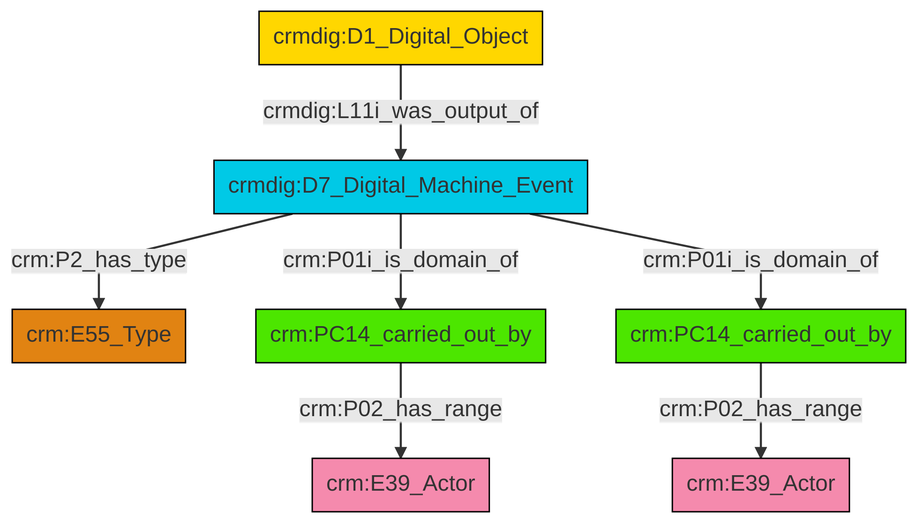
This is et/doCSV/ttl/mmd/png/do_actor_relations.png from swiss-art-research-net/reference-data-models, a Mermaid export, as it was before one commit. Its source is kept beside it as et/doCSV/ttl/mmd/do_actor_relations.ttl.mmd. The source it was exported from:
```mermaid
graph TD
classDef Literal fill:#f2f2f2,stroke:#000000;
classDef CRM_Entity fill:#FFFFFF,stroke:#000000;
classDef Temporal_Entity fill:#00C9E6, stroke:#000000;
classDef Type fill:#E18312, stroke:#000000;
classDef Time-Span fill:#2C9C91, stroke:#000000;
classDef Appellation fill:#FFEB7F, stroke:#000000;
classDef Place fill:#008836, stroke:#000000;
classDef Persistent_Item fill:#B266B2, stroke:#000000;
classDef Conceptual_Object fill:#FFD700, stroke:#000000;
classDef Physical_Thing fill:#D2B48C, stroke:#000000;
classDef Actor fill:#f58aad, stroke:#000000;
classDef PC_Classes fill:#4ce600, stroke:#000000;
classDef Multi fill:#cccccc,stroke:#000000;

7["crmdig:D7_Digital_Machine_Event"]:::Temporal_Entity -->|crm:P01i_is_domain_of| 8["crm:PC14_carried_out_by"]:::PC_Classes
7["crmdig:D7_Digital_Machine_Event"]:::Temporal_Entity -->|crm:P01i_is_domain_of| 9["crm:PC14_carried_out_by"]:::PC_Classes
3["crmdig:D1_Digital_Object"]:::Conceptual_Object -->|crmdig:L11i_was_output_of| 7["crmdig:D7_Digital_Machine_Event"]:::Temporal_Entity
7["crmdig:D7_Digital_Machine_Event"]:::Temporal_Entity -->|crm:P2_has_type| 0["crm:E55_Type"]:::Type
9["crm:PC14_carried_out_by"]:::PC_Classes -->|crm:P02_has_range| 13["crm:E39_Actor"]:::Actor
8["crm:PC14_carried_out_by"]:::PC_Classes -->|crm:P02_has_range| 5["crm:E39_Actor"]:::Actor
```
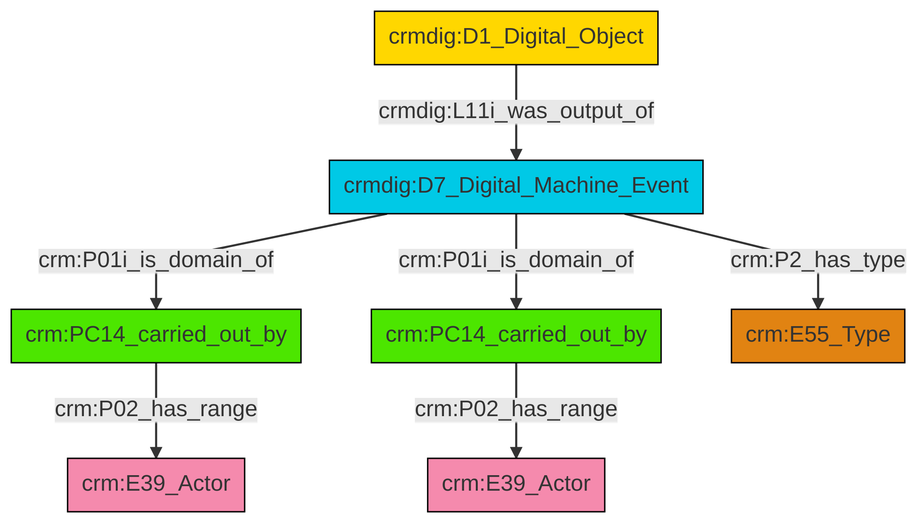
After the commit.

The edit, as a diff of the source:
```diff
@@ -13,9 +13,9 @@
 classDef PC_Classes fill:#4ce600, stroke:#000000;
 classDef Multi fill:#cccccc,stroke:#000000;
 
-7["crmdig:D7_Digital_Machine_Event"]:::Temporal_Entity -->|crm:P01i_is_domain_of| 8["crm:PC14_carried_out_by"]:::PC_Classes
-7["crmdig:D7_Digital_Machine_Event"]:::Temporal_Entity -->|crm:P01i_is_domain_of| 9["crm:PC14_carried_out_by"]:::PC_Classes
-3["crmdig:D1_Digital_Object"]:::Conceptual_Object -->|crmdig:L11i_was_output_of| 7["crmdig:D7_Digital_Machine_Event"]:::Temporal_Entity
-7["crmdig:D7_Digital_Machine_Event"]:::Temporal_Entity -->|crm:P2_has_type| 0["crm:E55_Type"]:::Type
-9["crm:PC14_carried_out_by"]:::PC_Classes -->|crm:P02_has_range| 13["crm:E39_Actor"]:::Actor
-8["crm:PC14_carried_out_by"]:::PC_Classes -->|crm:P02_has_range| 5["crm:E39_Actor"]:::Actor
+4["crmdig:D7_Digital_Machine_Event"]:::Temporal_Entity -->|crm:P01i_is_domain_of| 5["crm:PC14_carried_out_by"]:::PC_Classes
+4["crmdig:D7_Digital_Machine_Event"]:::Temporal_Entity -->|crm:P01i_is_domain_of| 6["crm:PC14_carried_out_by"]:::PC_Classes
+6["crm:PC14_carried_out_by"]:::PC_Classes -->|crm:P02_has_range| 2["crm:E39_Actor"]:::Actor
+10["crmdig:D1_Digital_Object"]:::Conceptual_Object -->|crmdig:L11i_was_output_of| 4["crmdig:D7_Digital_Machine_Event"]:::Temporal_Entity
+4["crmdig:D7_Digital_Machine_Event"]:::Temporal_Entity -->|crm:P2_has_type| 7["crm:E55_Type"]:::Type
+5["crm:PC14_carried_out_by"]:::PC_Classes -->|crm:P02_has_range| 0["crm:E39_Actor"]:::Actor
```
